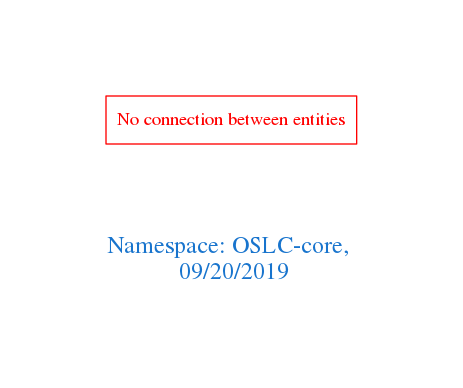
The Graphviz diagram downloads/OSLC-core.png in arago/OGIT, before a commit. Its source is kept beside it as downloads/OSLC-core.dot.
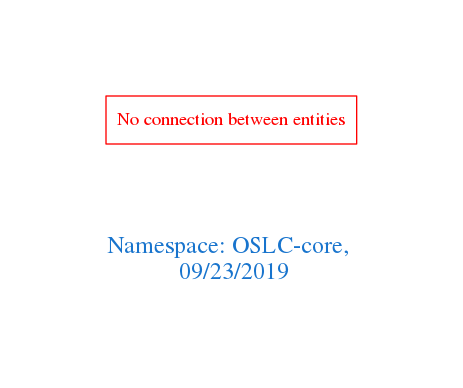
After the change.

Diff of the diagram source:
```diff
@@ -1,7 +1,7 @@
 digraph OGIT_ontology {
  graph [ rankdir= LR,pad=1
 fontsize = 18,
-fontcolor= dodgerblue3,label = "\n\n\nNamespace: OSLC-core, \n 09/20/2019"];
+fontcolor= dodgerblue3,label = "\n\n\nNamespace: OSLC-core, \n 09/23/2019"];
 node[shape=polygon];
 edge [  color="gray81"];
 
```
